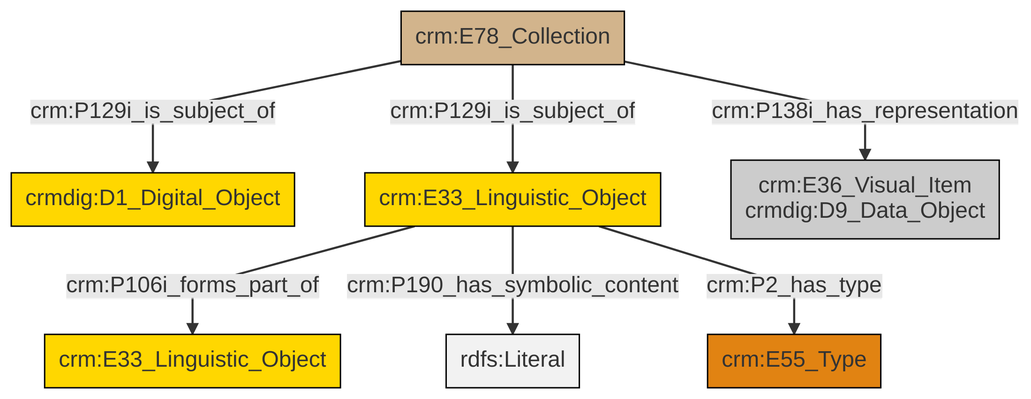
This is et/archivalCSV/ttl/mmd/png/archival_docs.png from swiss-art-research-net/docs.swissartresearch, a Mermaid export, as it was before one commit. Its source is kept beside it as et/archivalCSV/ttl/mmd/archival_docs.ttl.mmd.
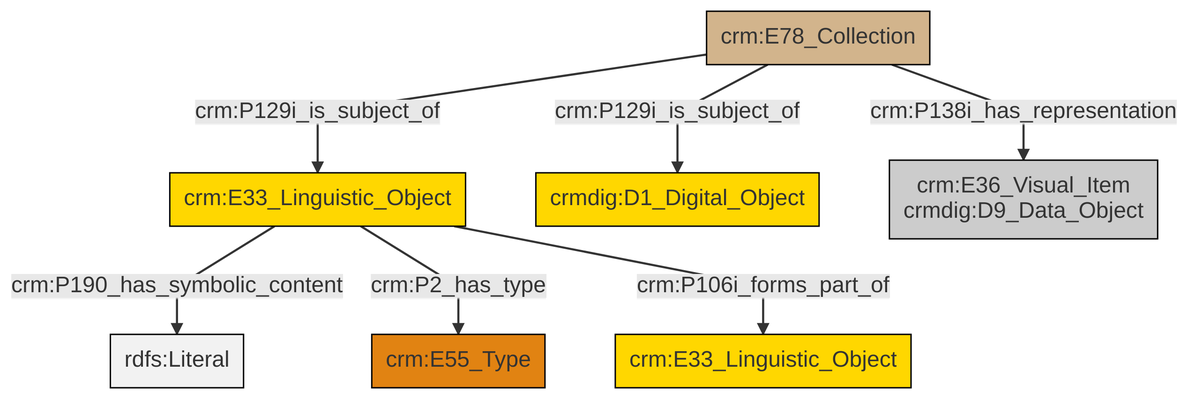
Above is the later version.

Change to the diagram source:
```diff
@@ -13,9 +13,9 @@
 classDef PC_Classes fill:#4ce600, stroke:#000000;
 classDef Multi fill:#cccccc,stroke:#000000;
 
-2["crm:E33_Linguistic_Object"]:::Conceptual_Object -->|crm:P106i_forms_part_of| 6["crm:E33_Linguistic_Object"]:::Conceptual_Object
-8["crm:E78_Collection"]:::Physical_Thing -->|crm:P129i_is_subject_of| 0["crmdig:D1_Digital_Object"]:::Conceptual_Object
-8["crm:E78_Collection"]:::Physical_Thing -->|crm:P129i_is_subject_of| 2["crm:E33_Linguistic_Object"]:::Conceptual_Object
-8["crm:E78_Collection"]:::Physical_Thing -->|crm:P138i_has_representation| 9["crm:E36_Visual_Item<br>crmdig:D9_Data_Object"]:::Multi
-2["crm:E33_Linguistic_Object"]:::Conceptual_Object -->|crm:P190_has_symbolic_content| 13[rdfs:Literal]:::Literal
-2["crm:E33_Linguistic_Object"]:::Conceptual_Object -->|crm:P2_has_type| 4["crm:E55_Type"]:::Type
+0["crm:E33_Linguistic_Object"]:::Conceptual_Object -->|crm:P190_has_symbolic_content| 1[rdfs:Literal]:::Literal
+2["crm:E78_Collection"]:::Physical_Thing -->|crm:P129i_is_subject_of| 3["crmdig:D1_Digital_Object"]:::Conceptual_Object
+2["crm:E78_Collection"]:::Physical_Thing -->|crm:P138i_has_representation| 6["crm:E36_Visual_Item<br>crmdig:D9_Data_Object"]:::Multi
+0["crm:E33_Linguistic_Object"]:::Conceptual_Object -->|crm:P2_has_type| 4["crm:E55_Type"]:::Type
+2["crm:E78_Collection"]:::Physical_Thing -->|crm:P129i_is_subject_of| 0["crm:E33_Linguistic_Object"]:::Conceptual_Object
+0["crm:E33_Linguistic_Object"]:::Conceptual_Object -->|crm:P106i_forms_part_of| 12["crm:E33_Linguistic_Object"]:::Conceptual_Object
```
